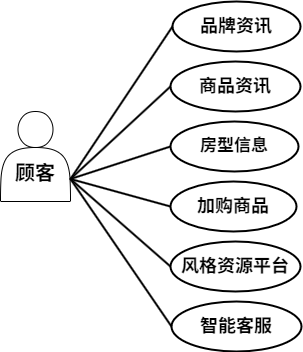
Above: 3.drawio.png in xiyuliu509/microservice-shop (draw.io), before the change. Source tidied: cells renumbered, new cells last; positions are measured from the earlier drawing's top-left corner, leaving out a move shared by most shapes.
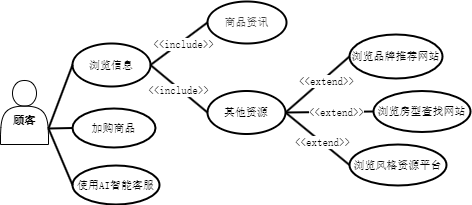
Later version of the same file.

The edit, as a diff of the source:
```diff
@@ -2,44 +2,77 @@
   <root>
     <mxCell id="0" />
     <mxCell id="1" parent="0" />
-    <mxCell id="2" value="&lt;h2&gt;&lt;font style=&quot;font-size: 20px;&quot;&gt;顾客&lt;/font&gt;&lt;/h2&gt;" style="shape=actor;whiteSpace=wrap;html=1;verticalAlign=bottom;fontStyle=1;fontFamily=Comic Sans MS;rounded=0;" parent="1" vertex="1">
-      <mxGeometry y="110" width="70" height="90" as="geometry" />
+    <mxCell id="2" value="&lt;h2&gt;&lt;font style=&quot;font-size: 11px;&quot;&gt;顾客&lt;/font&gt;&lt;/h2&gt;" style="shape=actor;whiteSpace=wrap;html=1;verticalAlign=bottom;fontStyle=0;fontFamily=宋体;rounded=0;fontSize=11;" parent="1" vertex="1">
+      <mxGeometry x="-1" y="98" width="48" height="64" as="geometry" />
     </mxCell>
-    <mxCell id="3" value="&lt;font style=&quot;font-size: 18px;&quot;&gt;&lt;b&gt;商品资讯&lt;/b&gt;&lt;/font&gt;" style="strokeWidth=2;html=1;shape=mxgraph.flowchart.start_1;whiteSpace=wrap;rounded=0;" parent="1" vertex="1">
-      <mxGeometry x="170" y="60" width="130" height="50" as="geometry" />
+    <mxCell id="3" value="&lt;font&gt;&lt;span&gt;浏览信息&lt;/span&gt;&lt;/font&gt;" style="strokeWidth=2;html=1;shape=mxgraph.flowchart.start_1;whiteSpace=wrap;rounded=0;fontStyle=0;fontFamily=宋体;fontSize=11;" parent="1" vertex="1">
+      <mxGeometry x="71" y="61" width="78" height="43" as="geometry" />
     </mxCell>
-    <mxCell id="4" style="endArrow=none;html=1;entryX=0;entryY=0.5;entryDx=0;entryDy=0;entryPerimeter=0;exitX=1;exitY=0.75;exitDx=0;exitDy=0;strokeWidth=2;" parent="1" edge="1" source="2" target="3">
+    <mxCell id="4" style="endArrow=none;html=1;entryX=0;entryY=0.5;entryDx=0;entryDy=0;entryPerimeter=0;exitX=1;exitY=0.75;exitDx=0;exitDy=0;strokeWidth=2;fontStyle=0;fontFamily=宋体;fontSize=11;" parent="1" edge="1" source="2" target="3">
       <mxGeometry relative="1" as="geometry" />
     </mxCell>
-    <mxCell id="5" value="&lt;b&gt;&lt;font style=&quot;font-size: 18px;&quot;&gt;智能客服&lt;/font&gt;&lt;/b&gt;" style="strokeWidth=2;html=1;shape=mxgraph.flowchart.start_1;whiteSpace=wrap;rounded=0;" parent="1" vertex="1">
-      <mxGeometry x="171" y="300" width="130" height="50" as="geometry" />
+    <mxCell id="5" value="&lt;span&gt;&lt;font&gt;使用AI智能客服&lt;/font&gt;&lt;/span&gt;" style="strokeWidth=2;html=1;shape=mxgraph.flowchart.start_1;whiteSpace=wrap;rounded=0;fontStyle=0;fontFamily=宋体;fontSize=11;" parent="1" vertex="1">
+      <mxGeometry x="71" y="183" width="87" height="39" as="geometry" />
     </mxCell>
-    <mxCell id="6" value="&lt;font style=&quot;font-size: 18px;&quot;&gt;&lt;b&gt;加购商品&lt;/b&gt;&lt;/font&gt;" style="strokeWidth=2;html=1;shape=mxgraph.flowchart.start_1;whiteSpace=wrap;rounded=0;" parent="1" vertex="1">
-      <mxGeometry x="170" y="180" width="126" height="50" as="geometry" />
+    <mxCell id="6" value="&lt;font&gt;&lt;span&gt;加购商品&lt;/span&gt;&lt;/font&gt;" style="strokeWidth=2;html=1;shape=mxgraph.flowchart.start_1;whiteSpace=wrap;rounded=0;fontStyle=0;fontFamily=宋体;fontSize=11;" parent="1" vertex="1">
+      <mxGeometry x="71" y="126" width="83" height="39" as="geometry" />
     </mxCell>
-    <mxCell id="7" style="endArrow=none;html=1;entryX=0;entryY=0.5;entryDx=0;entryDy=0;entryPerimeter=0;exitX=1;exitY=0.75;exitDx=0;exitDy=0;strokeWidth=2;" parent="1" edge="1" source="2" target="6">
+    <mxCell id="7" style="endArrow=none;html=1;entryX=0;entryY=0.5;entryDx=0;entryDy=0;entryPerimeter=0;exitX=1;exitY=0.75;exitDx=0;exitDy=0;strokeWidth=2;fontStyle=0;fontFamily=宋体;fontSize=11;" parent="1" edge="1" source="2" target="6">
       <mxGeometry relative="1" as="geometry" />
     </mxCell>
-    <mxCell id="8" style="endArrow=none;html=1;entryX=0;entryY=0.5;entryDx=0;entryDy=0;entryPerimeter=0;exitX=1;exitY=0.75;exitDx=0;exitDy=0;strokeWidth=2;" parent="1" edge="1" source="2" target="10">
+    <mxCell id="8" style="endArrow=none;html=1;entryX=0;entryY=0.5;entryDx=0;entryDy=0;entryPerimeter=0;exitX=1;exitY=0.5;exitDx=0;exitDy=0;strokeWidth=2;fontStyle=0;fontFamily=宋体;fontSize=11;exitPerimeter=0;" parent="1" edge="1" source="18" target="10">
       <mxGeometry relative="1" as="geometry" />
     </mxCell>
+    <mxCell id="15" value="&amp;lt;&amp;lt;extend&amp;gt;&amp;gt;" style="edgeLabel;html=1;align=center;verticalAlign=middle;fontFamily=宋体;fontStyle=0;" parent="8" vertex="1">
+      <mxGeometry x="0.16" relative="1" as="geometry" />
+    </mxCell>
-    <mxCell id="9" style="endArrow=none;html=1;exitX=1;exitY=0.75;exitDx=0;exitDy=0;entryX=0;entryY=0.5;entryDx=0;entryDy=0;entryPerimeter=0;strokeWidth=2;" parent="1" edge="1" source="2" target="5">
+    <mxCell id="9" style="endArrow=none;html=1;exitX=1;exitY=0.75;exitDx=0;exitDy=0;entryX=0;entryY=0.5;entryDx=0;entryDy=0;entryPerimeter=0;strokeWidth=2;fontStyle=0;fontFamily=宋体;fontSize=11;" parent="1" edge="1" source="2" target="5">
       <mxGeometry relative="1" as="geometry" />
     </mxCell>
-    <mxCell id="10" value="&lt;b&gt;&lt;font style=&quot;font-size: 18px;&quot;&gt;风格资源平台&lt;/font&gt;&lt;/b&gt;" style="strokeWidth=2;html=1;shape=mxgraph.flowchart.start_1;whiteSpace=wrap;rounded=0;" parent="1" vertex="1">
-      <mxGeometry x="170" y="240" width="130" height="50" as="geometry" />
+    <mxCell id="10" value="&lt;span&gt;&lt;font&gt;浏览风格资源平台&lt;/font&gt;&lt;/span&gt;" style="strokeWidth=2;html=1;shape=mxgraph.flowchart.start_1;whiteSpace=wrap;rounded=0;fontStyle=0;fontFamily=宋体;fontSize=11;" parent="1" vertex="1">
+      <mxGeometry x="348" y="162" width="97" height="41" as="geometry" />
     </mxCell>
-    <mxCell id="11" value="&lt;font style=&quot;font-size: 18px;&quot;&gt;&lt;b&gt;品牌资讯&lt;/b&gt;&lt;/font&gt;" style="strokeWidth=2;html=1;shape=mxgraph.flowchart.start_1;whiteSpace=wrap;rounded=0;" parent="1" vertex="1">
-      <mxGeometry x="172" width="128" height="50" as="geometry" />
+    <mxCell id="11" value="&lt;font&gt;&lt;span&gt;浏览品牌推荐网站&lt;/span&gt;&lt;/font&gt;" style="strokeWidth=2;html=1;shape=mxgraph.flowchart.start_1;whiteSpace=wrap;rounded=0;fontStyle=0;fontFamily=宋体;fontSize=11;" parent="1" vertex="1">
+      <mxGeometry x="348" y="52" width="93" height="44" as="geometry" />
     </mxCell>
-    <mxCell id="12" value="&lt;b&gt;&lt;font style=&quot;font-size: 17px;&quot;&gt;房型信息&lt;/font&gt;&lt;/b&gt;" style="strokeWidth=2;html=1;shape=mxgraph.flowchart.start_1;whiteSpace=wrap;rounded=0;" parent="1" vertex="1">
-      <mxGeometry x="170" y="120" width="128" height="50" as="geometry" />
+    <mxCell id="12" value="&lt;span style=&quot;color: rgb(63, 63, 63);&quot;&gt;商品资讯&lt;/span&gt;" style="strokeWidth=2;html=1;shape=mxgraph.flowchart.start_1;whiteSpace=wrap;rounded=0;fontStyle=0;fontFamily=宋体;fontSize=11;" parent="1" vertex="1">
+      <mxGeometry x="206" y="19" width="79" height="42" as="geometry" />
     </mxCell>
-    <mxCell id="13" style="endArrow=none;html=1;entryX=0;entryY=0.5;entryDx=0;entryDy=0;entryPerimeter=0;exitX=1;exitY=0.75;exitDx=0;exitDy=0;strokeWidth=2;" parent="1" edge="1" source="2" target="11">
+    <mxCell id="13" style="endArrow=none;html=1;entryX=0;entryY=0.5;entryDx=0;entryDy=0;entryPerimeter=0;exitX=1;exitY=0.5;exitDx=0;exitDy=0;strokeWidth=2;fontStyle=0;fontFamily=宋体;exitPerimeter=0;fontSize=11;" parent="1" edge="1" source="18" target="11">
       <mxGeometry relative="1" as="geometry" />
     </mxCell>
+    <mxCell id="16" value="&amp;lt;&amp;lt;extend&amp;gt;&amp;gt;" style="edgeLabel;html=1;align=center;verticalAlign=middle;fontFamily=宋体;fontSize=11;fontStyle=0;" parent="13" vertex="1">
+      <mxGeometry x="0.09" y="-2" relative="1" as="geometry">
+        <mxPoint x="4" y="-2" as="offset" />
+      </mxGeometry>
+    </mxCell>
-    <mxCell id="14" style="endArrow=none;html=1;entryX=0;entryY=0.5;entryDx=0;entryDy=0;entryPerimeter=0;exitX=1;exitY=0.75;exitDx=0;exitDy=0;strokeWidth=2;" parent="1" edge="1" source="2" target="12">
+    <mxCell id="14" style="endArrow=none;html=1;entryX=0;entryY=0.5;entryDx=0;entryDy=0;entryPerimeter=0;exitX=1;exitY=0.5;exitDx=0;exitDy=0;strokeWidth=2;fontStyle=0;fontFamily=宋体;exitPerimeter=0;fontSize=11;" parent="1" edge="1" source="3" target="12">
       <mxGeometry relative="1" as="geometry" />
     </mxCell>
+    <mxCell id="17" value="&amp;lt;&amp;lt;include&amp;gt;&amp;gt;" style="edgeLabel;html=1;align=center;verticalAlign=middle;fontFamily=宋体;fontSize=11;fontStyle=0;" parent="14" vertex="1">
+      <mxGeometry x="-0.04" relative="1" as="geometry">
+        <mxPoint x="5" as="offset" />
+      </mxGeometry>
+    </mxCell>
+    <mxCell id="18" value="其他资源" style="strokeWidth=2;html=1;shape=mxgraph.flowchart.start_1;whiteSpace=wrap;rounded=0;fontStyle=0;fontFamily=宋体;fontSize=11;" parent="1" vertex="1">
+      <mxGeometry x="206" y="108.5" width="78" height="43" as="geometry" />
+    </mxCell>
+    <mxCell id="19" style="endArrow=none;html=1;entryX=0;entryY=0.5;entryDx=0;entryDy=0;entryPerimeter=0;exitX=1;exitY=0.5;exitDx=0;exitDy=0;strokeWidth=2;fontStyle=0;fontFamily=宋体;exitPerimeter=0;fontSize=11;" parent="1" edge="1" source="3" target="18">
+      <mxGeometry relative="1" as="geometry" />
+    </mxCell>
+    <mxCell id="20" value="&amp;lt;&amp;lt;include&amp;gt;&amp;gt;" style="edgeLabel;html=1;align=center;verticalAlign=middle;fontFamily=宋体;fontSize=11;fontStyle=0;" parent="19" vertex="1">
+      <mxGeometry x="-0.05" y="1" relative="1" as="geometry">
+        <mxPoint y="3" as="offset" />
+      </mxGeometry>
+    </mxCell>
+    <mxCell id="21" value="&lt;span&gt;&lt;font&gt;浏览房型查找网站&lt;/font&gt;&lt;/span&gt;" style="strokeWidth=2;html=1;shape=mxgraph.flowchart.start_1;whiteSpace=wrap;rounded=0;fontStyle=0;fontFamily=宋体;fontSize=11;" parent="1" vertex="1">
+      <mxGeometry x="372" y="108.5" width="97" height="41" as="geometry" />
+    </mxCell>
+    <mxCell id="22" style="endArrow=none;html=1;entryX=0;entryY=0.5;entryDx=0;entryDy=0;entryPerimeter=0;exitX=1;exitY=0.5;exitDx=0;exitDy=0;strokeWidth=2;fontStyle=0;fontFamily=宋体;fontSize=11;exitPerimeter=0;" parent="1" edge="1" source="18" target="21">
+      <mxGeometry relative="1" as="geometry" />
+    </mxCell>
+    <mxCell id="23" value="&amp;lt;&amp;lt;extend&amp;gt;&amp;gt;" style="edgeLabel;html=1;align=center;verticalAlign=middle;fontFamily=宋体;fontStyle=0;" parent="22" vertex="1">
+      <mxGeometry x="0.16" relative="1" as="geometry" />
+    </mxCell>
   </root>
 </mxGraphModel>
```
